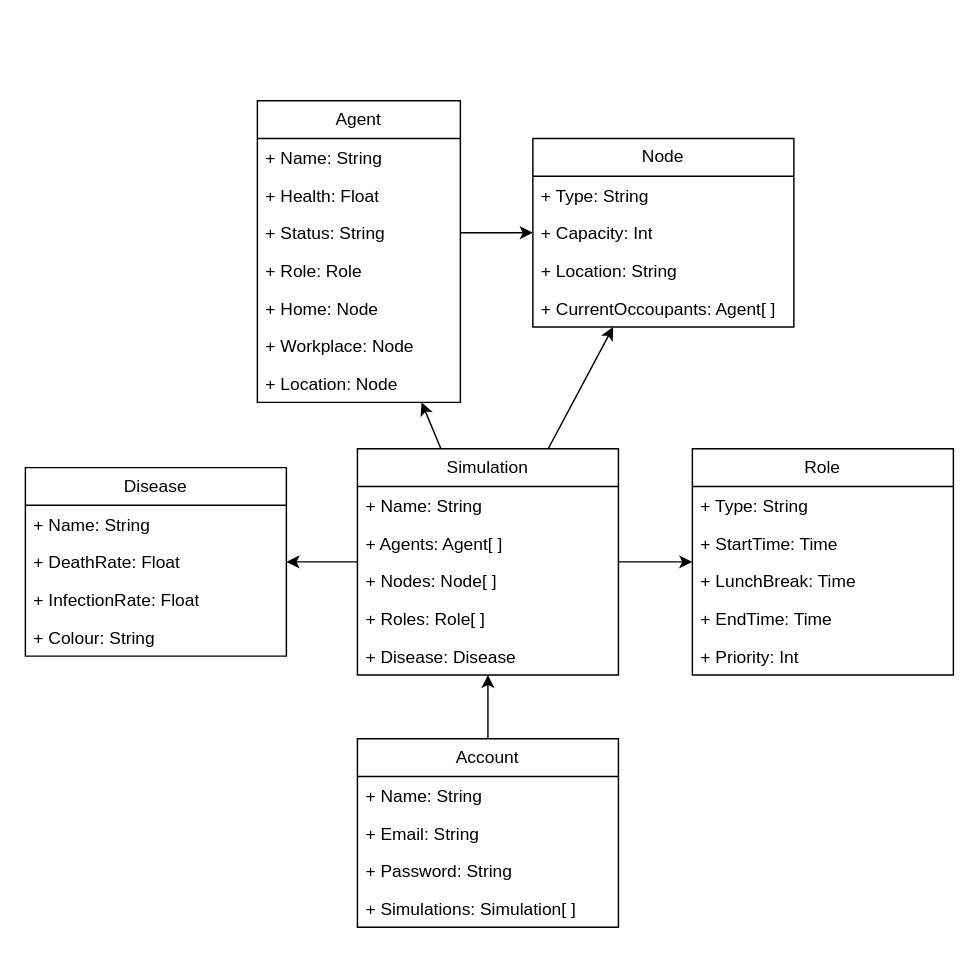
Above: Chapters/AnalysisMedia/umlDiagram.drawio in HWField/NEAComputerScienceReport-ALevel- (draw.io), before the change. Source tidied: cells renumbered, new cells numbered last; positions are measured from the earlier drawing's top-left corner, leaving out a move shared by most shapes. Both pictures are drawn from the tidied source at 145%, with x=0, y=0 at pixel (25, 100).
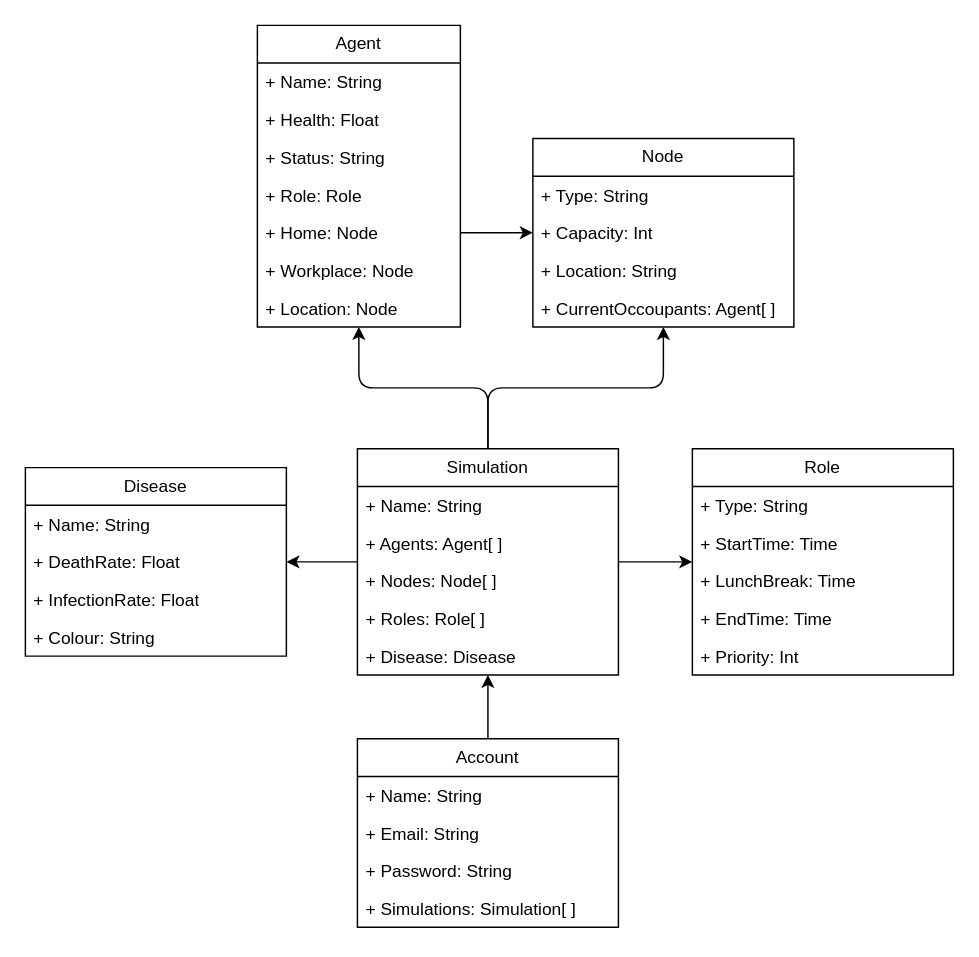
After the change.

Unchanged cells that the change refers to:
```xml
<mxCell id="5" value="+ Status: String&lt;div&gt;&lt;br&gt;&lt;/div&gt;" style="text;strokeColor=none;fillColor=none;align=left;verticalAlign=top;spacingLeft=4;spacingRight=4;overflow=hidden;points=[[0,0.5],[1,0.5]];portConstraint=eastwest;whiteSpace=wrap;html=1;" parent="2" vertex="1">
  <mxGeometry y="78" width="140" height="26" as="geometry" />
</mxCell>
<mxCell id="7" value="+ Home: Node&lt;div&gt;&lt;font color=&quot;#000000&quot;&gt;&lt;br&gt;&lt;/font&gt;&lt;/div&gt;&lt;div&gt;&lt;font color=&quot;#000000&quot;&gt;&lt;br&gt;&lt;/font&gt;&lt;div&gt;&lt;br&gt;&lt;/div&gt;&lt;/div&gt;" style="text;strokeColor=none;fillColor=none;align=left;verticalAlign=top;spacingLeft=4;spacingRight=4;overflow=hidden;points=[[0,0.5],[1,0.5]];portConstraint=eastwest;whiteSpace=wrap;html=1;" parent="2" vertex="1">
  <mxGeometry y="130" width="140" height="26" as="geometry" />
</mxCell>
<mxCell id="10" value="Node" style="swimlane;fontStyle=0;horizontal=1;startSize=26;fillColor=none;whiteSpace=wrap;html=1;" parent="1" vertex="1">
  <mxGeometry x="350" y="26" width="180" height="130" as="geometry" />
</mxCell>
<mxCell id="30" value="Simulation" style="swimlane;fontStyle=0;horizontal=1;startSize=26;fillColor=none;whiteSpace=wrap;html=1;" parent="1" vertex="1">
  <mxGeometry x="229" y="240" width="180" height="156" as="geometry" />
</mxCell>
```

Diff of the diagram source:
```diff
@@
     <mxCell id="2" value="Agent" style="swimlane;fontStyle=0;horizontal=1;startSize=26;fillColor=none;whiteSpace=wrap;html=1;" parent="1" vertex="1">
-      <mxGeometry x="160" width="140" height="208" as="geometry" />
+      <mxGeometry x="160" y="-52" width="140" height="208" as="geometry" />
     </mxCell>
@@
-    <mxCell id="26" style="edgeStyle=none;html=1;" parent="1" edge="1" source="30" target="2">
+    <mxCell id="26" style="edgeStyle=orthogonalEdgeStyle;html=1;" parent="1" edge="1" source="30" target="2">
       <mxGeometry relative="1" as="geometry" />
     </mxCell>
@@
-    <mxCell id="29" style="edgeStyle=none;html=1;" parent="1" edge="1" source="30" target="10">
+    <mxCell id="29" style="edgeStyle=orthogonalEdgeStyle;html=1;" parent="1" edge="1" source="30" target="10">
       <mxGeometry relative="1" as="geometry" />
     </mxCell>
@@
-    <mxCell id="42" style="edgeStyle=none;html=1;" parent="1" edge="1" source="5" target="10">
+    <mxCell id="42" style="edgeStyle=none;html=1;exitX=1;exitY=0.5;exitDx=0;exitDy=0;" parent="1" edge="1" source="7" target="10">
       <mxGeometry relative="1" as="geometry" />
     </mxCell>
```
